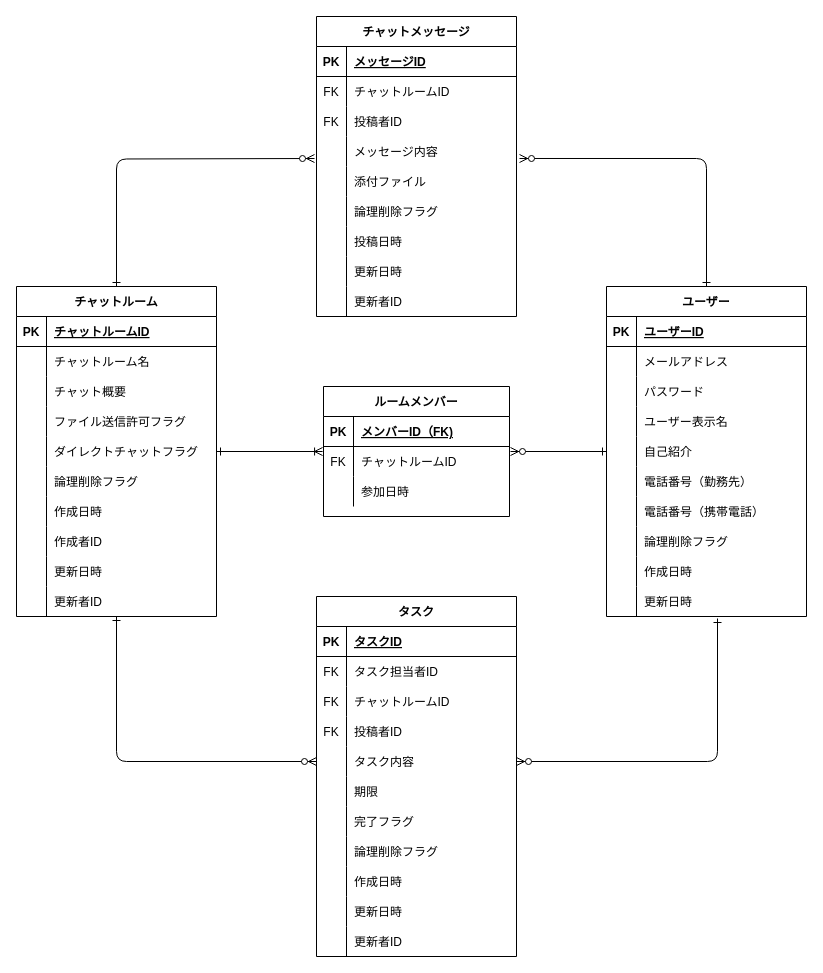
This is db/db-challenge1/first.drawio from shihoono/quelcode-db, a draw.io file, before an edit. Source tidied: cells renumbered, new cells numbered last; positions are measured from the earlier drawing's top-left corner, leaving out a move shared by most shapes. Both pictures are drawn from the tidied source at 100%, with x=0, y=0 at pixel (16, 16).
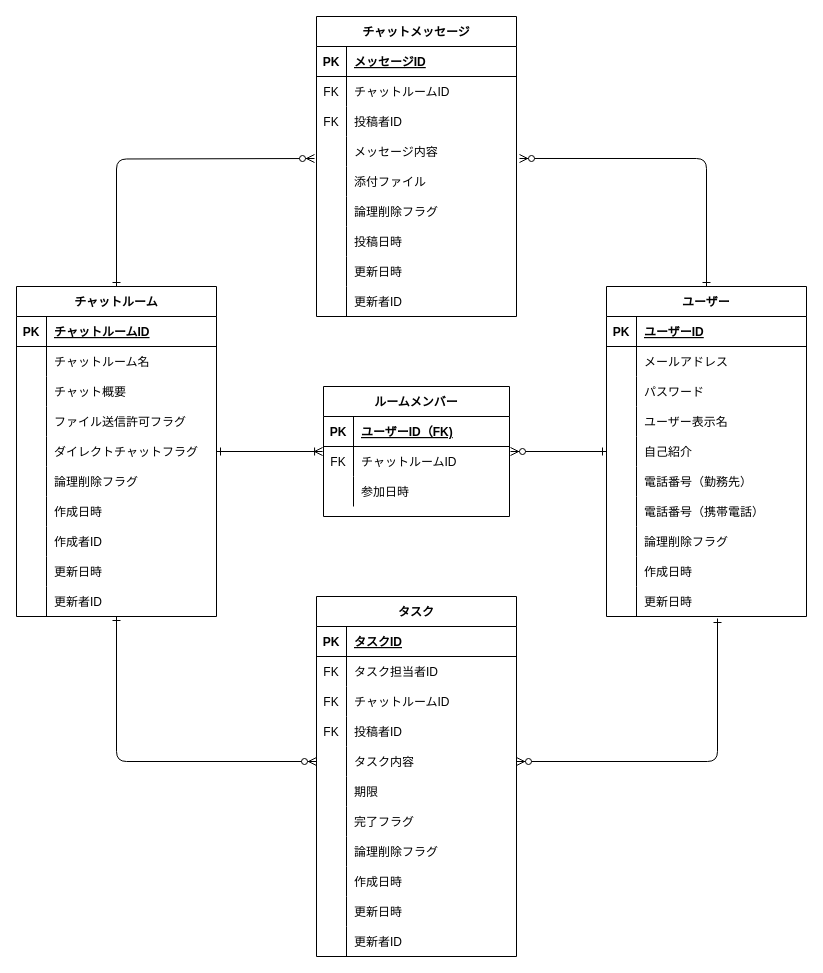
The same diagram, later.

Commit message:
ルームメンバーテーブルのカラム名変更

The change refers to these unchanged cells:
```xml
<mxCell id="99" style="shape=partialRectangle;fillColor=none;top=0;left=0;bottom=1;right=0;" parent="98" vertex="1">
  <mxGeometry y="30" width="186" height="30" as="geometry" />
</mxCell>
```

The edit, as a diff of the source:
```diff
@@
-    <mxCell id="101" value="メンバーID（FK)" style="shape=partialRectangle;fillColor=none;top=0;left=0;bottom=0;right=0;align=left;spacingLeft=6;fontStyle=5;overflow=hidden;" parent="99" vertex="1">
+    <mxCell id="101" value="ユーザーID（FK)" style="shape=partialRectangle;fillColor=none;top=0;left=0;bottom=0;right=0;align=left;spacingLeft=6;fontStyle=5;overflow=hidden;" parent="99" vertex="1">
       <mxGeometry x="30" width="156" height="30" as="geometry" />
     </mxCell>
```
